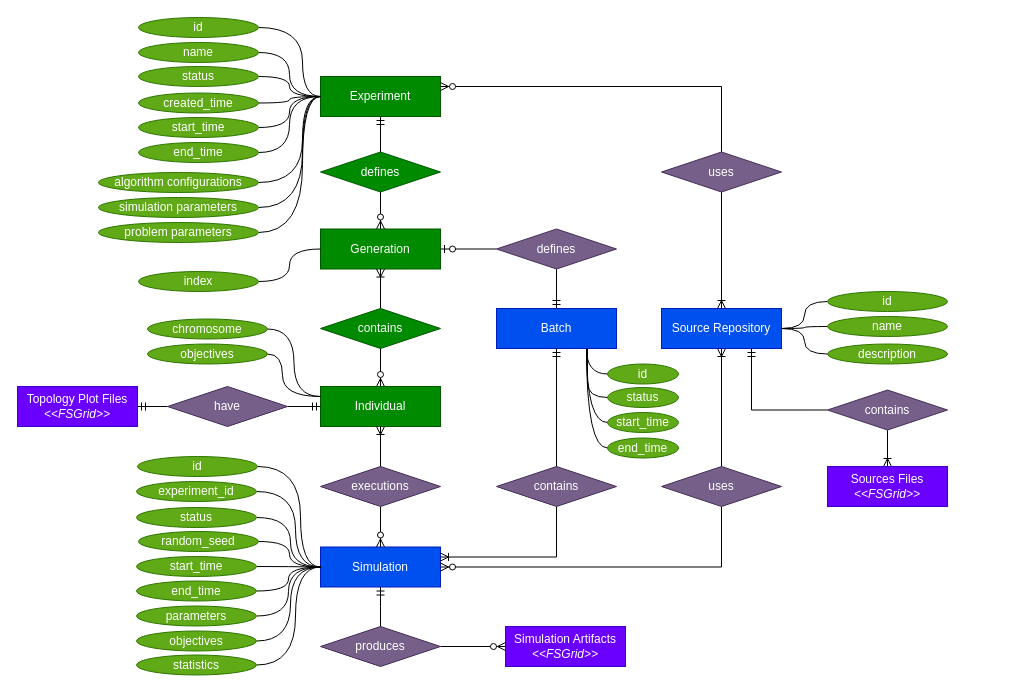
Before: page "entity-relationship" (3 of 3) of docs/diagrams/diagrams1.drawio in JunioCesarFerreira/simlab, a draw.io diagram. Source tidied: cells renumbered, new cells numbered last; positions are measured from the earlier drawing's top-left corner, leaving out a move shared by most shapes. Both pictures are drawn from the tidied source at 100%, with x=0, y=0 at pixel (17, 17).
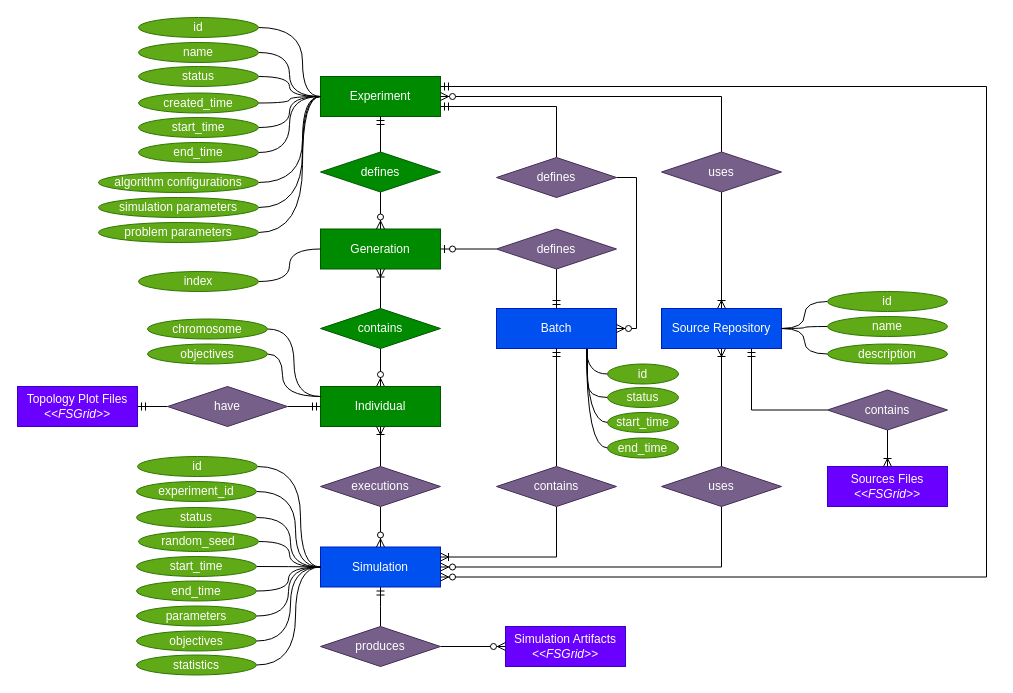
After the change.

The change refers to these unchanged cells:
```xml
<mxCell id="2" value="Experiment" style="rounded=0;whiteSpace=wrap;html=1;fillColor=#008a00;strokeColor=#005700;fontColor=#ffffff;" parent="1" vertex="1">
  <mxGeometry x="303" y="59" width="120" height="40" as="geometry" />
</mxCell>
<mxCell id="3" value="Simulation" style="rounded=0;whiteSpace=wrap;html=1;fillColor=#0050ef;strokeColor=#001DBC;fontColor=#ffffff;" parent="1" vertex="1">
  <mxGeometry x="303" y="529.5" width="120" height="40" as="geometry" />
</mxCell>
<mxCell id="61" value="uses" style="rhombus;whiteSpace=wrap;html=1;fillColor=#76608a;strokeColor=#432D57;fontColor=#ffffff;" parent="1" vertex="1">
  <mxGeometry x="644" y="134.5" width="120" height="40" as="geometry" />
</mxCell>
<mxCell id="80" value="Batch" style="rounded=0;whiteSpace=wrap;html=1;fillColor=#0050ef;strokeColor=#001DBC;fontColor=#ffffff;" parent="1" vertex="1">
  <mxGeometry x="479" y="291" width="120" height="40" as="geometry" />
</mxCell>
```

Diff of the diagram source:
```diff
@@
+    <mxCell id="97" style="edgeStyle=orthogonalEdgeStyle;rounded=0;jettySize=auto;html=1;exitX=1;exitY=0.75;exitDx=0;exitDy=0;entryX=1;entryY=0.25;entryDx=0;entryDy=0;endArrow=ERmandOne;endFill=0;startArrow=ERzeroToMany;startFill=1;" parent="1" edge="1" source="3" target="2">
+      <mxGeometry relative="1" as="geometry">
+        <Array as="points">
+          <mxPoint x="969" y="560" />
+          <mxPoint x="969" y="69" />
+        </Array>
+      </mxGeometry>
+    </mxCell>
@@
-    <mxCell id="60" style="edgeStyle=orthogonalEdgeStyle;rounded=0;jettySize=auto;html=1;exitX=0.5;exitY=0;exitDx=0;exitDy=0;entryX=1;entryY=0.25;entryDx=0;entryDy=0;endArrow=ERzeroToMany;endFill=1;" parent="1" edge="1" source="61" target="2">
+    <mxCell id="60" style="edgeStyle=orthogonalEdgeStyle;rounded=0;jettySize=auto;html=1;exitX=0.5;exitY=0;exitDx=0;exitDy=0;entryX=1;entryY=0.5;entryDx=0;entryDy=0;endArrow=ERzeroToMany;endFill=1;" parent="1" edge="1" source="61" target="2">
       <mxGeometry relative="1" as="geometry" />
     </mxCell>
@@
+    <mxCell id="98" style="edgeStyle=orthogonalEdgeStyle;rounded=0;jettySize=auto;html=1;exitX=0.5;exitY=0;exitDx=0;exitDy=0;entryX=1;entryY=0.75;entryDx=0;entryDy=0;startArrow=none;startFill=0;endArrow=ERmandOne;endFill=0;" parent="1" edge="1" source="100" target="2">
+      <mxGeometry relative="1" as="geometry" />
+    </mxCell>
+    <mxCell id="99" style="edgeStyle=orthogonalEdgeStyle;rounded=0;jettySize=auto;html=1;exitX=1;exitY=0.5;exitDx=0;exitDy=0;entryX=1;entryY=0.5;entryDx=0;entryDy=0;startArrow=none;startFill=0;endArrow=ERzeroToMany;endFill=1;" parent="1" edge="1" source="100" target="80">
+      <mxGeometry relative="1" as="geometry" />
+    </mxCell>
+    <mxCell id="100" value="defines" style="rhombus;whiteSpace=wrap;html=1;fillColor=#76608a;strokeColor=#432D57;fontColor=#ffffff;" parent="1" vertex="1">
+      <mxGeometry x="479" y="140" width="120" height="40" as="geometry" />
+    </mxCell>
```
